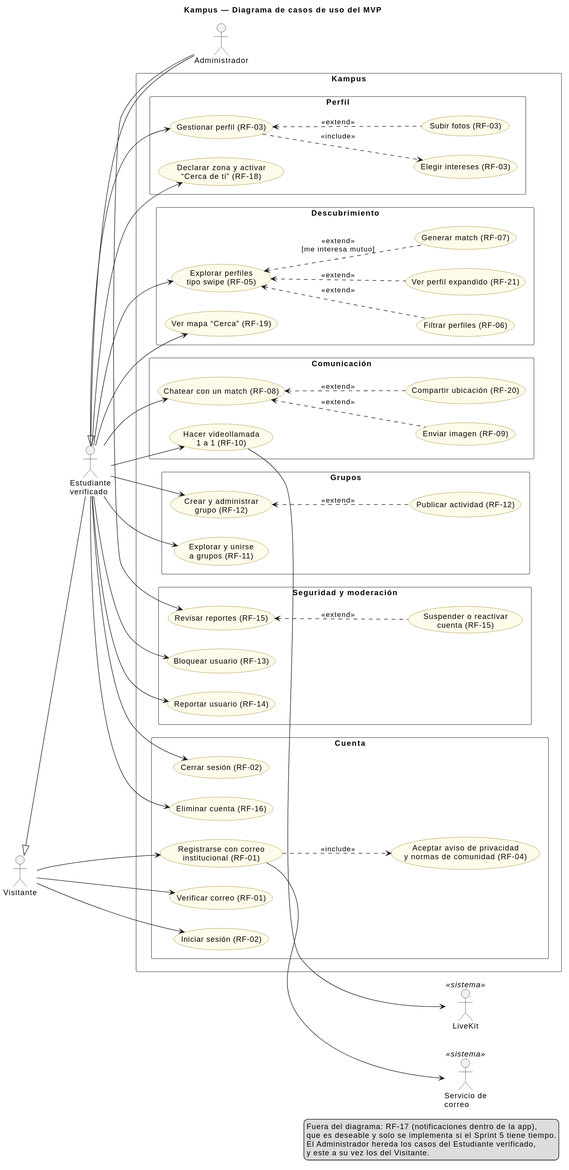
This is public/docs/project/unit-2/casos-de-uso.svg from reyes200205/Docs-Kampus, a PlantUML export, as it was before one commit.
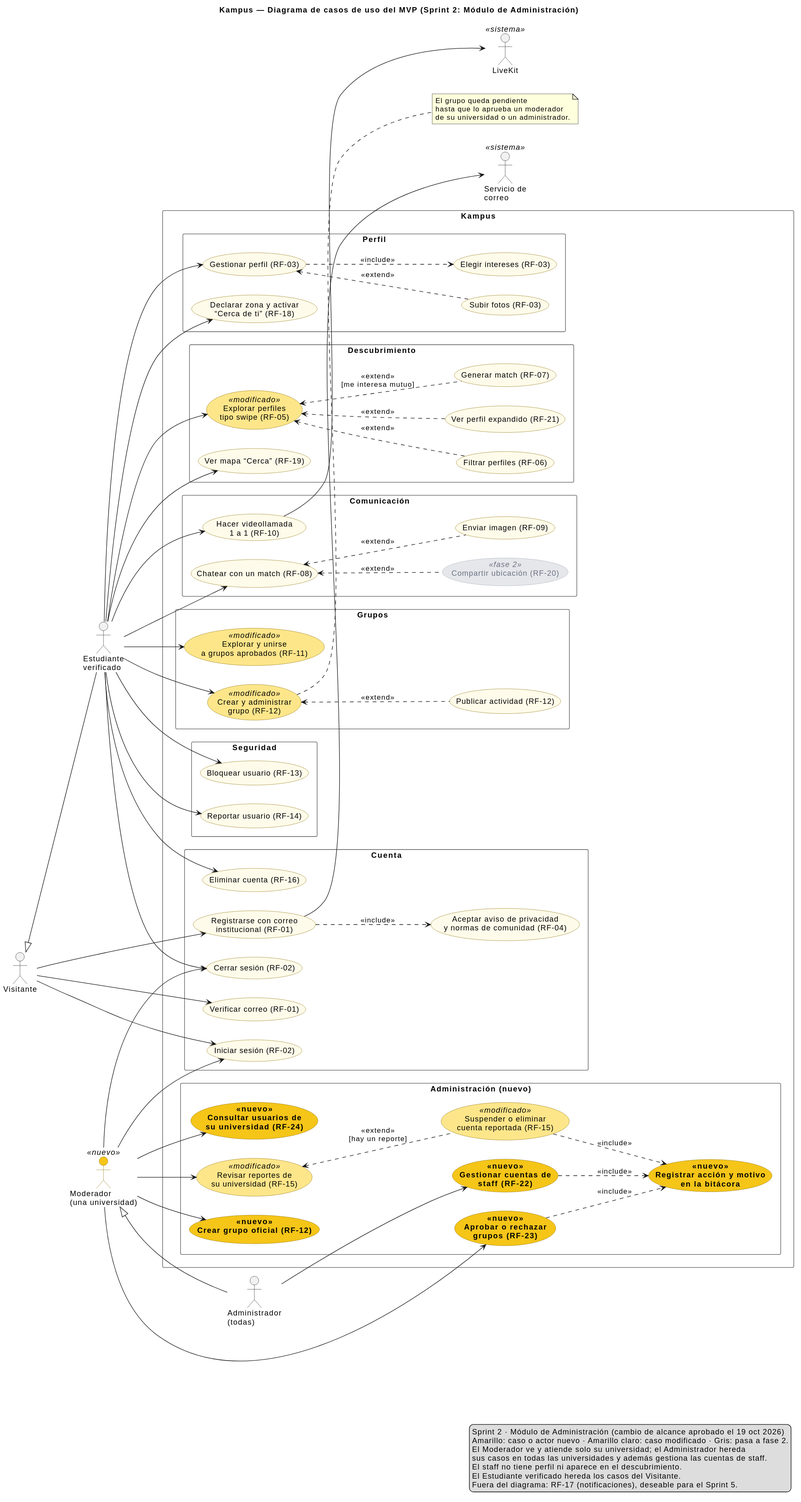
The same diagram one commit later.

What changed in the source:
```diff
@@ -7,20 +7,39 @@
   BackgroundColor #FFFBEA
   BorderColor #8A6D00
 }
+skinparam usecase<<nuevo>> {
+  BackgroundColor #F5C518
+  BorderColor #8A6D00
+  FontStyle bold
+}
+skinparam usecase<<modificado>> {
+  BackgroundColor #FDE68A
+  BorderColor #8A6D00
+}
+skinparam usecase<<fase 2>> {
+  BackgroundColor #E5E7EB
+  BorderColor #9CA3AF
+  FontColor #6B7280
+}
+skinparam actor<<nuevo>> {
+  BackgroundColor #F5C518
+  BorderColor #8A6D00
+}
 skinparam package {
   BorderColor #555555
 }
 
-title Kampus — Diagrama de casos de uso del MVP
+title Kampus — Diagrama de casos de uso del MVP (Sprint 2: Módulo de Administración)
 
 actor "Visitante" as V
 actor "Estudiante\nverificado" as E
-actor "Administrador" as A
+actor "Moderador\n(una universidad)" as M <<nuevo>>
+actor "Administrador\n(todas)" as A
 actor "Servicio de\ncorreo" as MAIL <<sistema>>
 actor "LiveKit" as LK <<sistema>>
 
 V <|-- E
-E <|-- A
+M <|-- A
 
 rectangle "Kampus" {
   package "Cuenta" {
@@ -40,7 +59,7 @@
   }
 
   package "Descubrimiento" {
-    usecase "Explorar perfiles\ntipo swipe (RF-05)" as UC05
+    usecase "Explorar perfiles\ntipo swipe (RF-05)" as UC05 <<modificado>>
     usecase "Filtrar perfiles (RF-06)" as UC06
     usecase "Ver perfil expandido (RF-21)" as UC21
     usecase "Generar match (RF-07)" as UC07
@@ -50,21 +69,29 @@
   package "Comunicación" {
     usecase "Chatear con un match (RF-08)" as UC08
     usecase "Enviar imagen (RF-09)" as UC09
-    usecase "Compartir ubicación (RF-20)" as UC20
+    usecase "Compartir ubicación (RF-20)" as UC20 <<fase 2>>
     usecase "Hacer videollamada\n1 a 1 (RF-10)" as UC10
   }
 
   package "Grupos" {
-    usecase "Explorar y unirse\na grupos (RF-11)" as UC11
-    usecase "Crear y administrar\ngrupo (RF-12)" as UC12
+    usecase "Explorar y unirse\na grupos aprobados (RF-11)" as UC11 <<modificado>>
+    usecase "Crear y administrar\ngrupo (RF-12)" as UC12 <<modificado>>
     usecase "Publicar actividad (RF-12)" as UC12A
   }
 
-  package "Seguridad y moderación" {
+  package "Seguridad" {
     usecase "Bloquear usuario (RF-13)" as UC13
     usecase "Reportar usuario (RF-14)" as UC14
-    usecase "Revisar reportes (RF-15)" as UC15
-    usecase "Suspender o reactivar\ncuenta (RF-15)" as UC15S
+  }
+
+  package "Administración (nuevo)" {
+    usecase "Consultar usuarios de\nsu universidad (RF-24)" as UC24 <<nuevo>>
+    usecase "Revisar reportes de\nsu universidad (RF-15)" as UC15 <<modificado>>
+    usecase "Suspender o eliminar\ncuenta reportada (RF-15)" as UC15S <<modificado>>
+    usecase "Aprobar o rechazar\ngrupos (RF-23)" as UC23 <<nuevo>>
+    usecase "Crear grupo oficial (RF-12)" as UC12O <<nuevo>>
+    usecase "Registrar acción y motivo\nen la bitácora" as UCLOG <<nuevo>>
+    usecase "Gestionar cuentas de\nstaff (RF-22)" as UC22 <<nuevo>>
   }
 }
 
@@ -97,13 +124,32 @@
 UC12 <.. UC12A : <<extend>>
 UC10 --> LK
 
-A --> UC15
-UC15 <.. UC15S : <<extend>>
+M --> UC02
+M --> UC02C
+M --> UC24
+M --> UC15
+M --> UC23
+M --> UC12O
+UC15 <.. UC15S : <<extend>>\n[hay un reporte]
+UC15S ..> UCLOG : <<include>>
+UC23 ..> UCLOG : <<include>>
+
+A --> UC22
+UC22 ..> UCLOG : <<include>>
+
+note right of UC12
+  El grupo queda pendiente
+  hasta que lo aprueba un moderador
+  de su universidad o un administrador.
+end note
 
 legend right
-  Fuera del diagrama: RF-17 (notificaciones dentro de la app),
-  que es deseable y solo se implementa si el Sprint 5 tiene tiempo.
-  El Administrador hereda los casos del Estudiante verificado,
-  y este a su vez los del Visitante.
+  Sprint 2 · Módulo de Administración (cambio de alcance aprobado el 19 oct 2026)
+  Amarillo: caso o actor nuevo · Amarillo claro: caso modificado · Gris: pasa a fase 2.
+  El Moderador ve y atiende solo su universidad; el Administrador hereda
+  sus casos en todas las universidades y además gestiona las cuentas de staff.
+  El staff no tiene perfil ni aparece en el descubrimiento.
+  El Estudiante verificado hereda los casos del Visitante.
+  Fuera del diagrama: RF-17 (notificaciones), deseable para el Sprint 5.
 endlegend
 @enduml
```
